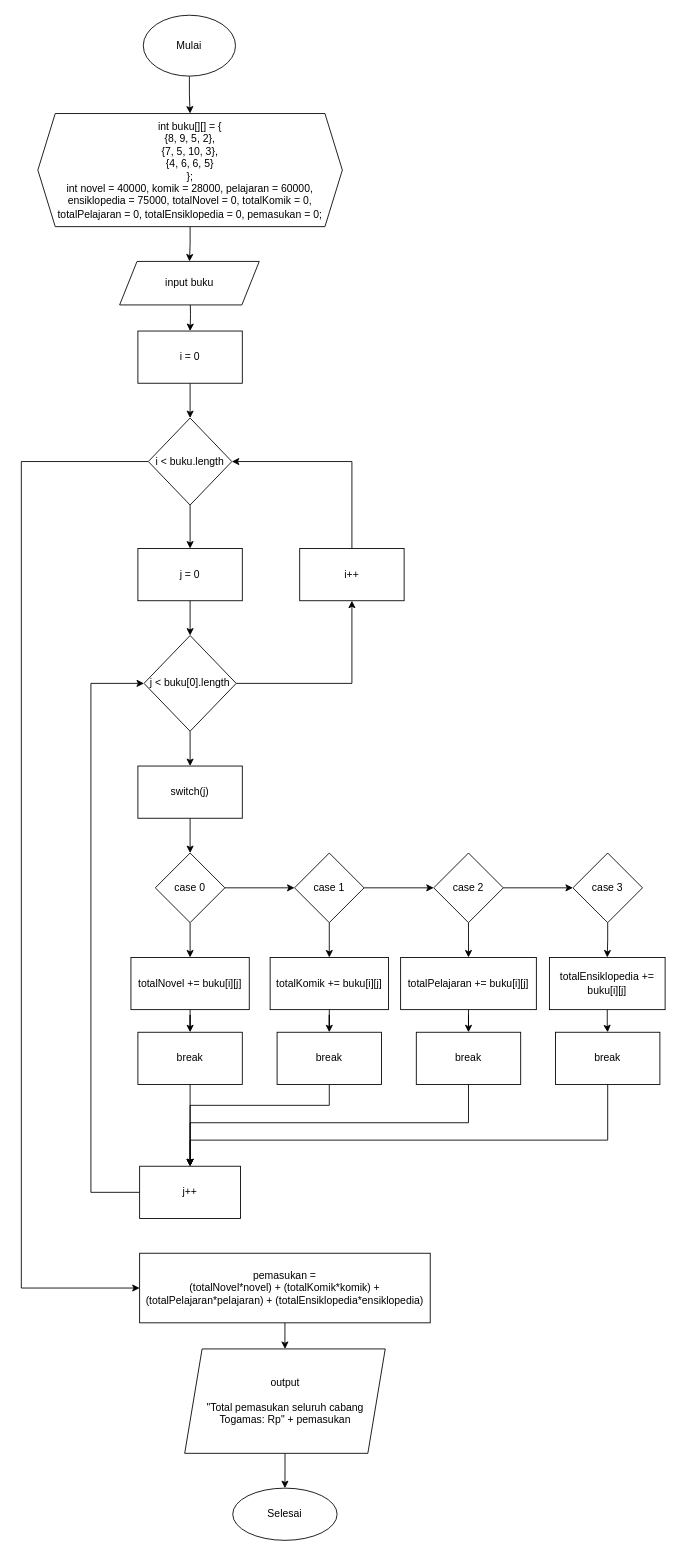
Before: page "No. 2" (2 of 2) of Tugas9_2_Naufal.drawio in nhaidaar/daspro, a draw.io diagram. Source tidied: cells renumbered, new cells numbered last; positions are measured from the earlier drawing's top-left corner, leaving out a move shared by most shapes. Both pictures are drawn from the tidied source at 87%, with x=0, y=0 at pixel (21, 15).
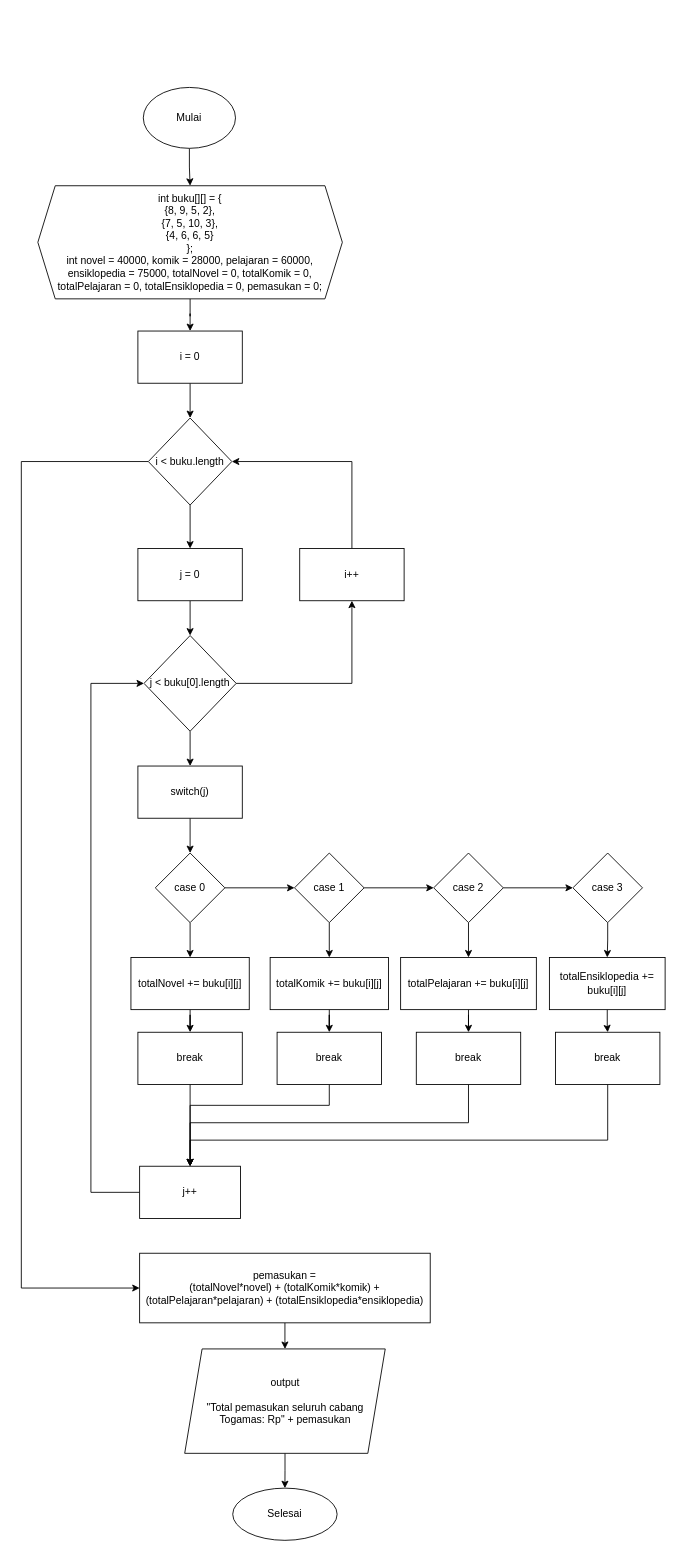
The same page after the edit.

The change refers to these unchanged cells:
```xml
<mxCell id="6" value="i = 0" style="whiteSpace=wrap;html=1;" parent="1" vertex="1">
  <mxGeometry x="134" y="363" width="120" height="60" as="geometry" />
</mxCell>
```

The edit, as a diff of the source:
```diff
@@
     <mxCell id="3" value="Mulai" style="ellipse;whiteSpace=wrap;html=1;" parent="1" vertex="1">
-      <mxGeometry x="140.2" width="106" height="70" as="geometry" />
+      <mxGeometry x="140.2" y="83" width="106" height="70" as="geometry" />
     </mxCell>
-    <mxCell id="4" style="edgeStyle=orthogonalEdgeStyle;rounded=0;jettySize=auto;html=1;" parent="1" edge="1" target="6">
-      <mxGeometry relative="1" as="geometry">
-        <mxPoint x="194" y="323" as="sourcePoint" />
-      </mxGeometry>
+    <mxCell id="4" style="edgeStyle=orthogonalEdgeStyle;rounded=0;jettySize=auto;html=1;" parent="1" edge="1" source="53" target="6">
+      <mxGeometry relative="1" as="geometry" />
     </mxCell>
@@
-    <mxCell id="52" style="edgeStyle=orthogonalEdgeStyle;rounded=0;jettySize=auto;html=1;" parent="1" edge="1" source="53" target="54">
-      <mxGeometry relative="1" as="geometry" />
-    </mxCell>
     <mxCell id="53" value="int buku[][] = {&lt;br&gt;{8, 9, 5, 2},&lt;br&gt;{7, 5, 10, 3},&lt;br&gt;{4, 6, 6, 5}&lt;br&gt;};&lt;br&gt;int novel = 40000, komik = 28000, pelajaran = 60000, ensiklopedia = 75000, totalNovel = 0, totalKomik = 0, totalPelajaran = 0, totalEnsiklopedia = 0, pemasukan = 0;" style="shape=hexagon;perimeter=hexagonPerimeter2;whiteSpace=wrap;html=1;fixedSize=1;" parent="1" vertex="1">
-      <mxGeometry x="19" y="113" width="350" height="130" as="geometry" />
+      <mxGeometry x="19" y="196" width="350" height="130" as="geometry" />
     </mxCell>
-    <mxCell id="54" value="input buku" style="shape=parallelogram;perimeter=parallelogramPerimeter;whiteSpace=wrap;html=1;fixedSize=1;" parent="1" vertex="1">
-      <mxGeometry x="113" y="283" width="160.5" height="50" as="geometry" />
-    </mxCell>
```
